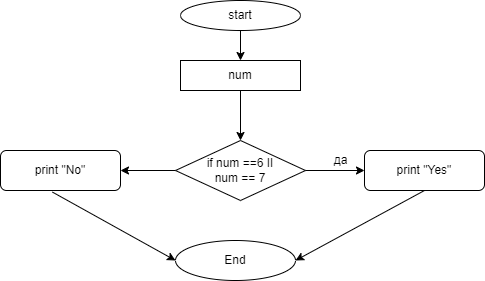
Earlier version of the draw.io export Task3/diagrak.drawio.png (OksVella/Seminar2_tasks). Source tidied: cells renumbered, new cells last; positions are measured from the earlier drawing's top-left corner, leaving out a move shared by most shapes.
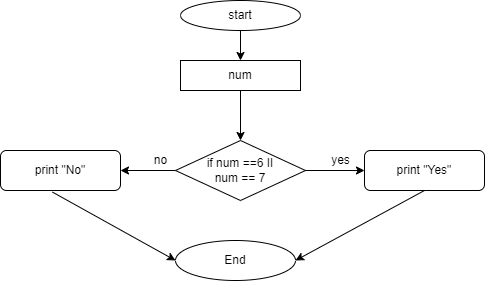
Later version of the same file.

Change to the diagram source:
```diff
@@ -23,7 +23,7 @@
     <mxCell id="8" style="endArrow=classic;html=1;entryX=0;entryY=0.5;entryDx=0;entryDy=0;exitX=1;exitY=0.5;exitDx=0;exitDy=0;" parent="1" edge="1" source="5" target="6">
       <mxGeometry relative="1" as="geometry" />
     </mxCell>
-    <mxCell id="9" value="да" style="text;html=1;align=center;verticalAlign=middle;strokeColor=none;fillColor=none;" parent="1" vertex="1">
+    <mxCell id="9" value="yes" style="text;html=1;align=center;verticalAlign=middle;strokeColor=none;fillColor=none;" parent="1" vertex="1">
       <mxGeometry x="325" y="150" width="30" height="20" as="geometry" />
     </mxCell>
     <mxCell id="10" value="print &quot;No&quot;" style="rounded=1;whiteSpace=wrap;html=1;" parent="1" vertex="1">
@@ -41,5 +41,8 @@
     <mxCell id="14" value="End" style="ellipse;whiteSpace=wrap;html=1;" parent="1" vertex="1">
       <mxGeometry x="175" y="240" width="120" height="40" as="geometry" />
     </mxCell>
+    <mxCell id="15" value="no" style="text;html=1;align=center;verticalAlign=middle;strokeColor=none;fillColor=none;" parent="1" vertex="1">
+      <mxGeometry x="145" y="150" width="30" height="20" as="geometry" />
+    </mxCell>
   </root>
 </mxGraphModel>
```
